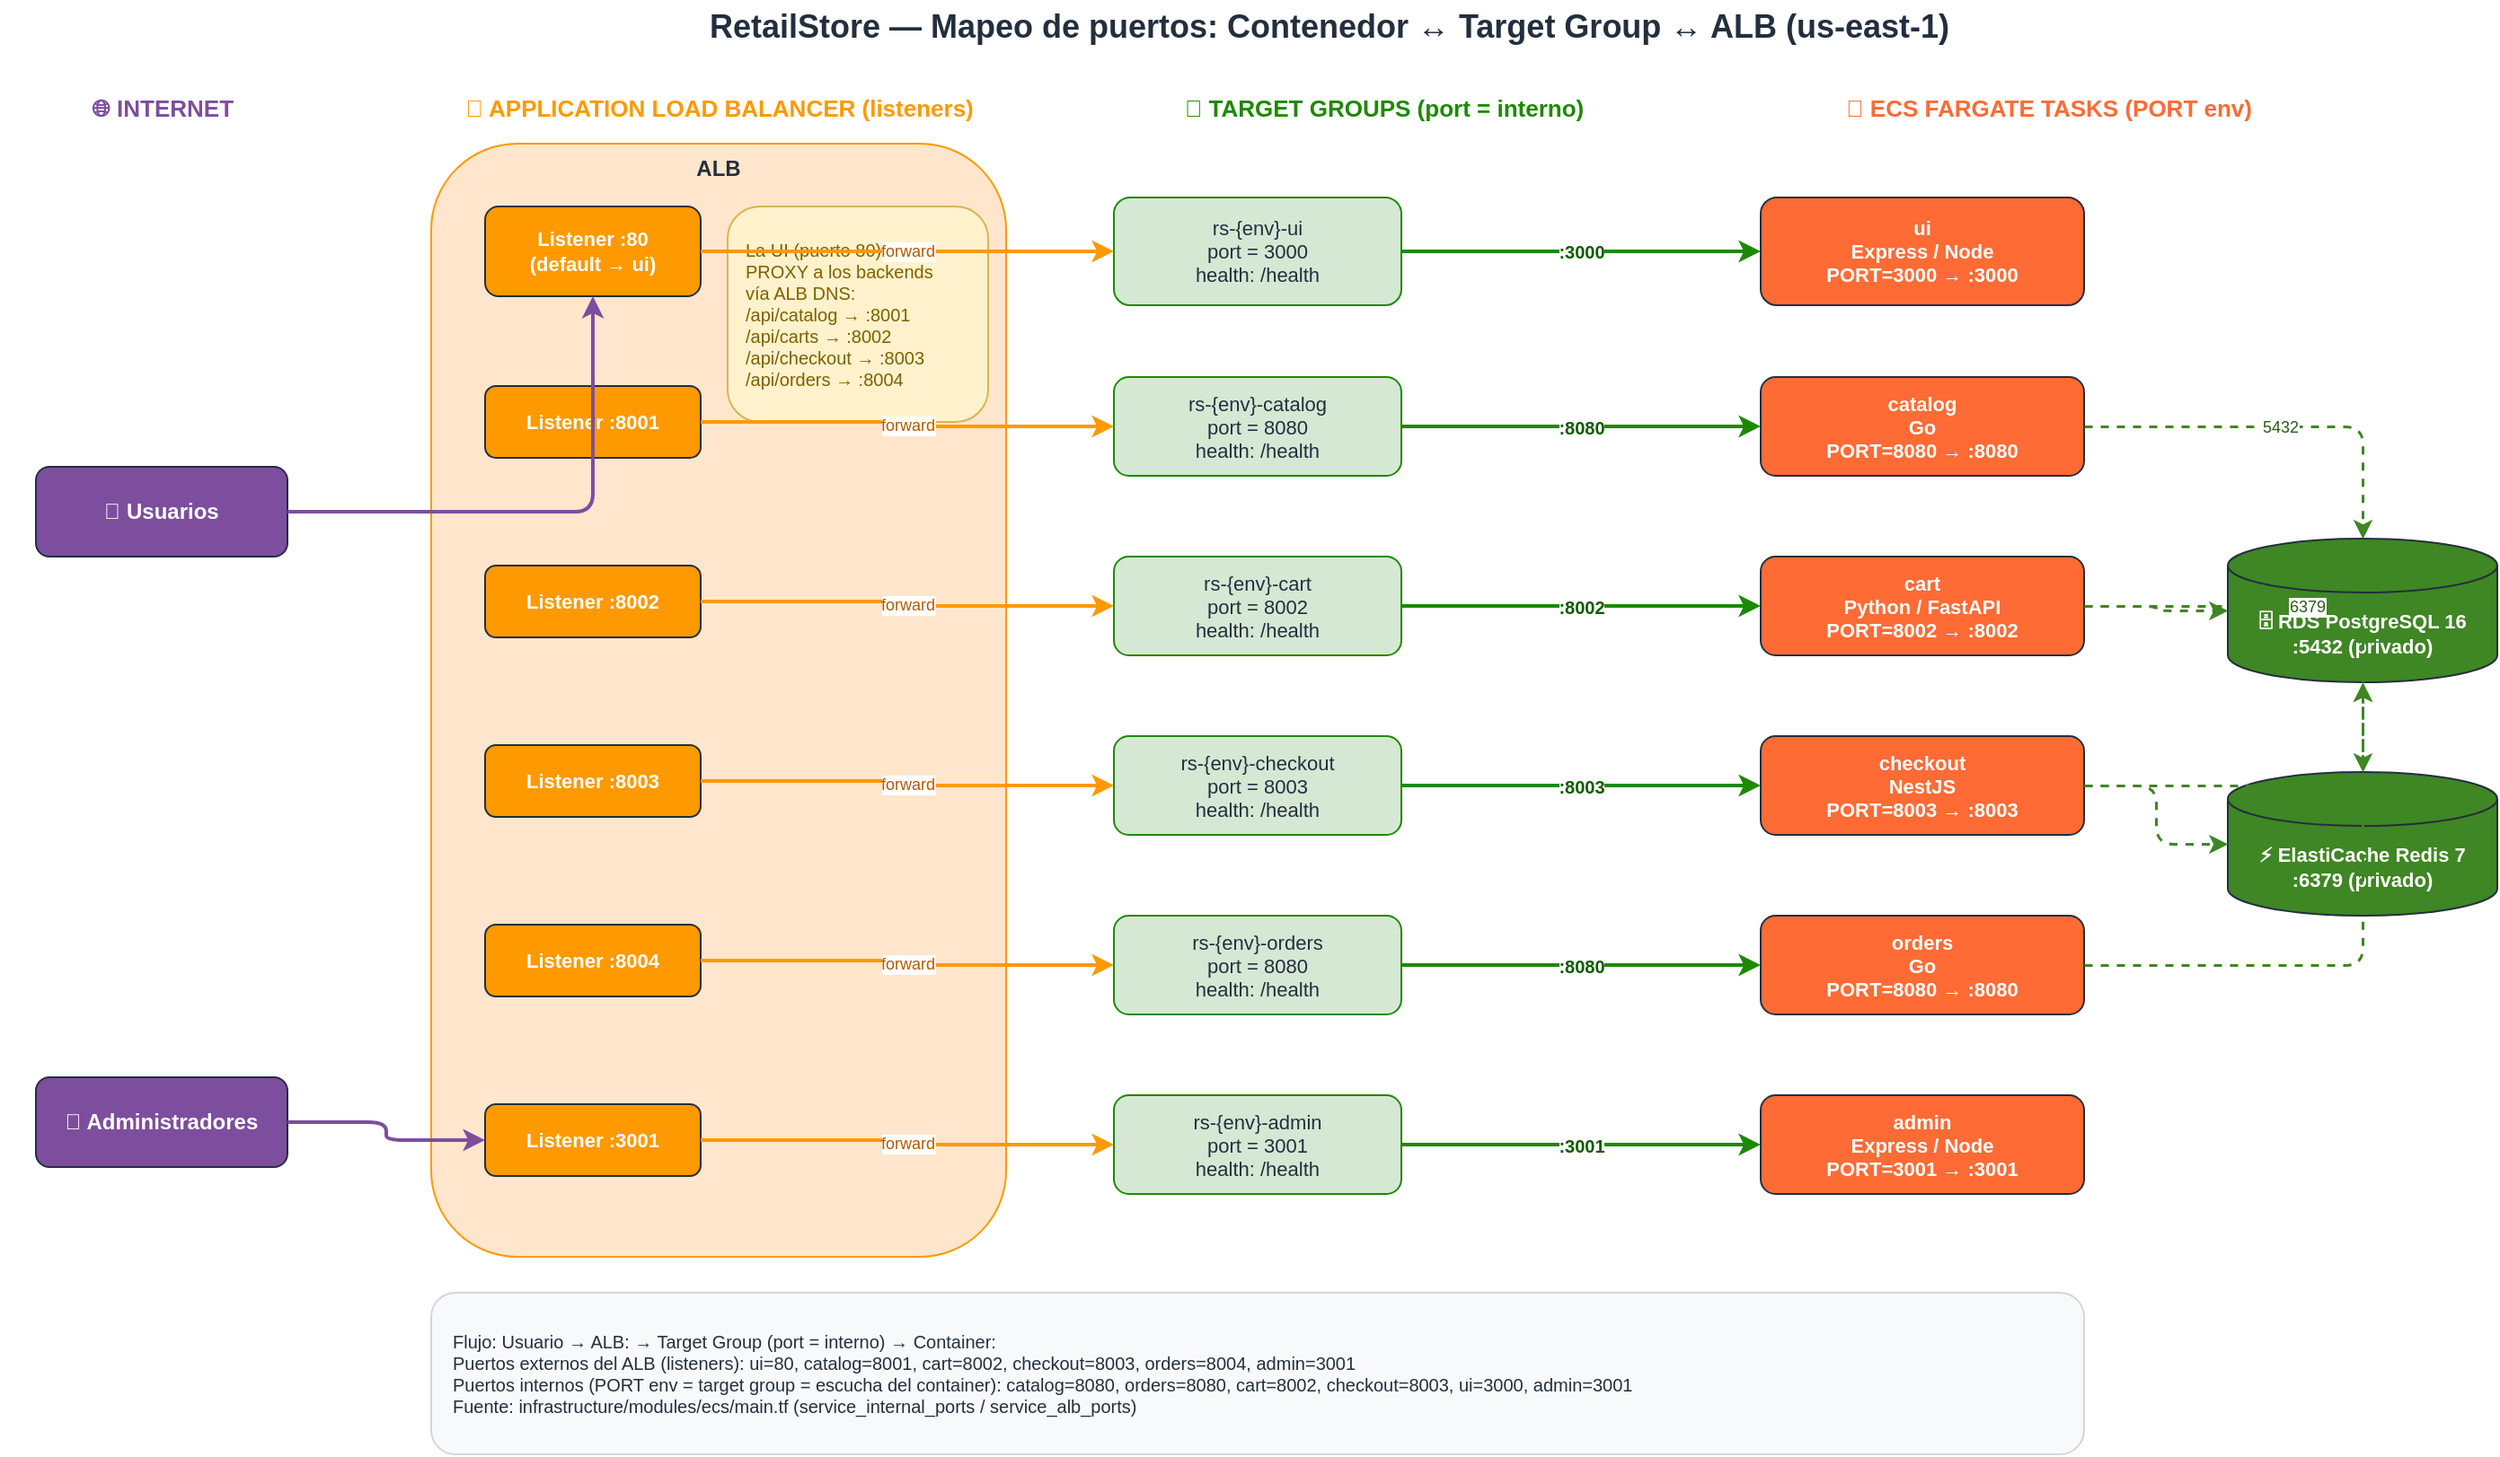
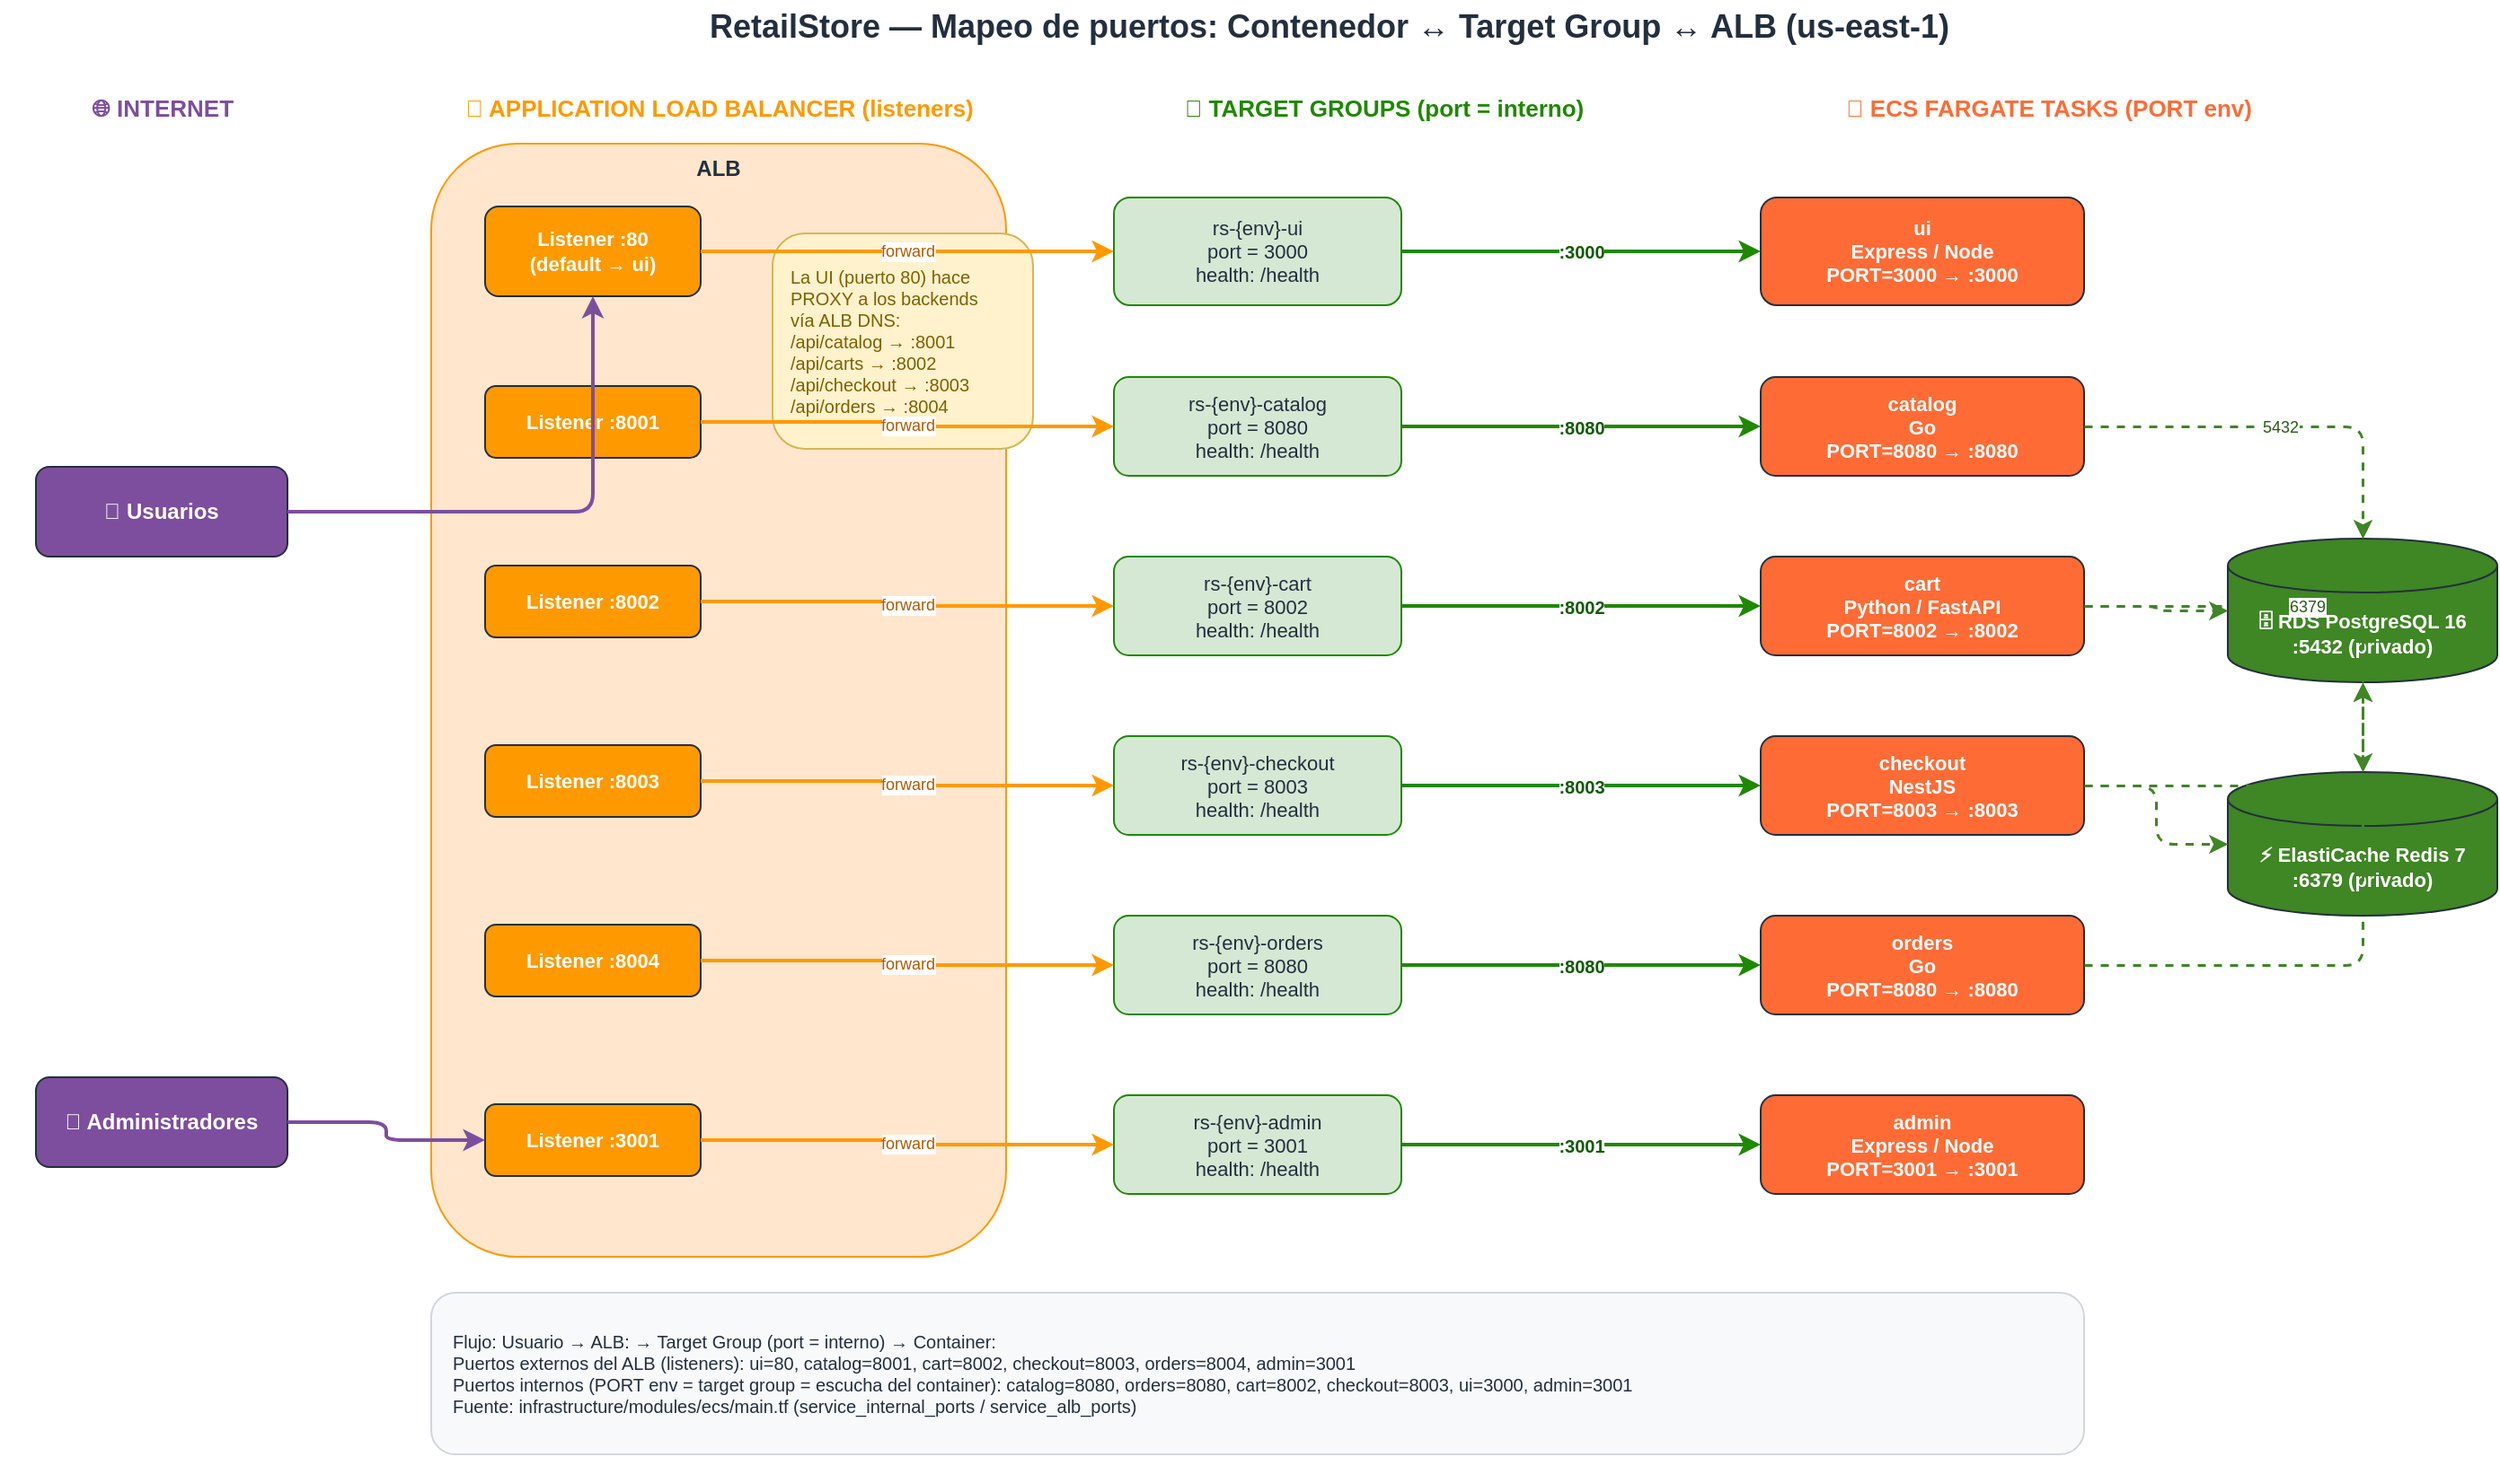
- <mxfile host="app.diagrams.net" agent="Claude" version="24.0.0">
+ <mxfile host="Electron" agent="Mozilla/5.0 (Windows NT 10.0; Win64; x64) AppleWebKit/537.36 (KHTML, like Gecko) draw.io/24.7.8 Chrome/128.0.6613.36 Electron/32.0.1 Safari/537.36" version="24.7.8">
  <diagram name="ALB Port Mapping" id="alb-port-mapping">
-     <mxGraphModel dx="1400" dy="900" grid="1" gridSize="10" guides="1" tooltips="1" connect="1" arrows="1" fold="1" page="1" pageScale="1" pageWidth="1654" pageHeight="1169" math="0" shadow="0">
+     <mxGraphModel dx="1104" dy="508" grid="1" gridSize="10" guides="1" tooltips="1" connect="1" arrows="1" fold="1" page="1" pageScale="1" pageWidth="1654" pageHeight="1169" math="0" shadow="0">
      <root>
        <mxCell id="0" />
        <mxCell id="1" parent="0" />
- 
-         <!-- ════════════ TÍTULO ════════════ -->
-         <mxCell id="title" value="RetailStore — Mapeo de puertos: Contenedor ↔ Target Group ↔ ALB (us-east-1)" style="text;html=1;strokeColor=none;fillColor=none;align=center;verticalAlign=middle;whiteSpace=wrap;rounded=0;fontSize=18;fontStyle=1;fontColor=#232F3E;" vertex="1" parent="1">
+         <mxCell id="title" value="RetailStore — Mapeo de puertos: Contenedor ↔ Target Group ↔ ALB (us-east-1)" style="text;html=1;strokeColor=none;fillColor=none;align=center;verticalAlign=middle;whiteSpace=wrap;rounded=0;fontSize=18;fontStyle=1;fontColor=#232F3E;" parent="1" vertex="1">
          <mxGeometry x="180" y="20" width="1200" height="30" as="geometry" />
        </mxCell>
- 
-         <!-- ════════════ HEADERS DE COLUMNAS ════════════ -->
-         <mxCell id="h-internet" value="🌐 INTERNET" style="text;html=1;strokeColor=none;fillColor=none;align=center;verticalAlign=middle;fontSize=13;fontStyle=1;fontColor=#7D4E9E;" vertex="1" parent="1">
+         <mxCell id="h-internet" value="🌐 INTERNET" style="text;html=1;strokeColor=none;fillColor=none;align=center;verticalAlign=middle;fontSize=13;fontStyle=1;fontColor=#7D4E9E;" parent="1" vertex="1">
          <mxGeometry x="40" y="70" width="180" height="20" as="geometry" />
        </mxCell>
-         <mxCell id="h-alb" value="🔀 APPLICATION LOAD BALANCER (listeners)" style="text;html=1;strokeColor=none;fillColor=none;align=center;verticalAlign=middle;fontSize=13;fontStyle=1;fontColor=#FF9900;" vertex="1" parent="1">
+         <mxCell id="h-alb" value="🔀 APPLICATION LOAD BALANCER (listeners)" style="text;html=1;strokeColor=none;fillColor=none;align=center;verticalAlign=middle;fontSize=13;fontStyle=1;fontColor=#FF9900;" parent="1" vertex="1">
          <mxGeometry x="280" y="70" width="320" height="20" as="geometry" />
        </mxCell>
-         <mxCell id="h-tg" value="🎯 TARGET GROUPS (port = interno)" style="text;html=1;strokeColor=none;fillColor=none;align=center;verticalAlign=middle;fontSize=13;fontStyle=1;fontColor=#1E8900;" vertex="1" parent="1">
+         <mxCell id="h-tg" value="🎯 TARGET GROUPS (port = interno)" style="text;html=1;strokeColor=none;fillColor=none;align=center;verticalAlign=middle;fontSize=13;fontStyle=1;fontColor=#1E8900;" parent="1" vertex="1">
          <mxGeometry x="660" y="70" width="300" height="20" as="geometry" />
        </mxCell>
-         <mxCell id="h-ecs" value="🐳 ECS FARGATE TASKS (PORT env)" style="text;html=1;strokeColor=none;fillColor=none;align=center;verticalAlign=middle;fontSize=13;fontStyle=1;fontColor=#FF6B35;" vertex="1" parent="1">
+         <mxCell id="h-ecs" value="🐳 ECS FARGATE TASKS (PORT env)" style="text;html=1;strokeColor=none;fillColor=none;align=center;verticalAlign=middle;fontSize=13;fontStyle=1;fontColor=#FF6B35;" parent="1" vertex="1">
          <mxGeometry x="1020" y="70" width="320" height="20" as="geometry" />
        </mxCell>
- 
-         <!-- ════════════ INTERNET ════════════ -->
-         <mxCell id="users" value="👥 Usuarios" style="rounded=1;whiteSpace=wrap;html=1;fillColor=#7D4E9E;strokeColor=#232F3E;fontColor=#FFFFFF;fontStyle=1;fontSize=12;" vertex="1" parent="1">
+         <mxCell id="users" value="👥 Usuarios" style="rounded=1;whiteSpace=wrap;html=1;fillColor=#7D4E9E;strokeColor=#232F3E;fontColor=#FFFFFF;fontStyle=1;fontSize=12;" parent="1" vertex="1">
          <mxGeometry x="60" y="280" width="140" height="50" as="geometry" />
        </mxCell>
-         <mxCell id="admins" value="🔧 Administradores" style="rounded=1;whiteSpace=wrap;html=1;fillColor=#7D4E9E;strokeColor=#232F3E;fontColor=#FFFFFF;fontStyle=1;fontSize=12;" vertex="1" parent="1">
+         <mxCell id="admins" value="🔧 Administradores" style="rounded=1;whiteSpace=wrap;html=1;fillColor=#7D4E9E;strokeColor=#232F3E;fontColor=#FFFFFF;fontStyle=1;fontSize=12;" parent="1" vertex="1">
          <mxGeometry x="60" y="620" width="140" height="50" as="geometry" />
        </mxCell>
- 
-         <!-- ════════════ ALB CONTENEDOR ════════════ -->
-         <mxCell id="alb-box" value="ALB" style="rounded=1;whiteSpace=wrap;html=1;fillColor=#FFE6CC;strokeColor=#FF9900;fontColor=#232F3E;fontStyle=1;verticalAlign=top;fontSize=12;" vertex="1" parent="1">
+         <mxCell id="alb-box" value="ALB" style="rounded=1;whiteSpace=wrap;html=1;fillColor=#FFE6CC;strokeColor=#FF9900;fontColor=#232F3E;fontStyle=1;verticalAlign=top;fontSize=12;" parent="1" vertex="1">
          <mxGeometry x="280" y="100" width="320" height="620" as="geometry" />
        </mxCell>
- 
-         <!-- Listeners -->
-         <mxCell id="lst-80" value="Listener :80&#10;(default → ui)" style="rounded=1;whiteSpace=wrap;html=1;fillColor=#FF9900;strokeColor=#232F3E;fontColor=#FFFFFF;fontStyle=1;fontSize=11;" vertex="1" parent="1">
+         <mxCell id="lst-80" value="Listener :80&#xa;(default → ui)" style="rounded=1;whiteSpace=wrap;html=1;fillColor=#FF9900;strokeColor=#232F3E;fontColor=#FFFFFF;fontStyle=1;fontSize=11;" parent="1" vertex="1">
          <mxGeometry x="310" y="135" width="120" height="50" as="geometry" />
        </mxCell>
-         <mxCell id="lst-8001" value="Listener :8001" style="rounded=1;whiteSpace=wrap;html=1;fillColor=#FF9900;strokeColor=#232F3E;fontColor=#FFFFFF;fontStyle=1;fontSize=11;" vertex="1" parent="1">
+         <mxCell id="lst-8001" value="Listener :8001" style="rounded=1;whiteSpace=wrap;html=1;fillColor=#FF9900;strokeColor=#232F3E;fontColor=#FFFFFF;fontStyle=1;fontSize=11;" parent="1" vertex="1">
          <mxGeometry x="310" y="235" width="120" height="40" as="geometry" />
        </mxCell>
-         <mxCell id="lst-8002" value="Listener :8002" style="rounded=1;whiteSpace=wrap;html=1;fillColor=#FF9900;strokeColor=#232F3E;fontColor=#FFFFFF;fontStyle=1;fontSize=11;" vertex="1" parent="1">
+         <mxCell id="lst-8002" value="Listener :8002" style="rounded=1;whiteSpace=wrap;html=1;fillColor=#FF9900;strokeColor=#232F3E;fontColor=#FFFFFF;fontStyle=1;fontSize=11;" parent="1" vertex="1">
          <mxGeometry x="310" y="335" width="120" height="40" as="geometry" />
        </mxCell>
-         <mxCell id="lst-8003" value="Listener :8003" style="rounded=1;whiteSpace=wrap;html=1;fillColor=#FF9900;strokeColor=#232F3E;fontColor=#FFFFFF;fontStyle=1;fontSize=11;" vertex="1" parent="1">
+         <mxCell id="lst-8003" value="Listener :8003" style="rounded=1;whiteSpace=wrap;html=1;fillColor=#FF9900;strokeColor=#232F3E;fontColor=#FFFFFF;fontStyle=1;fontSize=11;" parent="1" vertex="1">
          <mxGeometry x="310" y="435" width="120" height="40" as="geometry" />
        </mxCell>
-         <mxCell id="lst-8004" value="Listener :8004" style="rounded=1;whiteSpace=wrap;html=1;fillColor=#FF9900;strokeColor=#232F3E;fontColor=#FFFFFF;fontStyle=1;fontSize=11;" vertex="1" parent="1">
+         <mxCell id="lst-8004" value="Listener :8004" style="rounded=1;whiteSpace=wrap;html=1;fillColor=#FF9900;strokeColor=#232F3E;fontColor=#FFFFFF;fontStyle=1;fontSize=11;" parent="1" vertex="1">
          <mxGeometry x="310" y="535" width="120" height="40" as="geometry" />
        </mxCell>
-         <mxCell id="lst-3001" value="Listener :3001" style="rounded=1;whiteSpace=wrap;html=1;fillColor=#FF9900;strokeColor=#232F3E;fontColor=#FFFFFF;fontStyle=1;fontSize=11;" vertex="1" parent="1">
+         <mxCell id="lst-3001" value="Listener :3001" style="rounded=1;whiteSpace=wrap;html=1;fillColor=#FF9900;strokeColor=#232F3E;fontColor=#FFFFFF;fontStyle=1;fontSize=11;" parent="1" vertex="1">
          <mxGeometry x="310" y="635" width="120" height="40" as="geometry" />
        </mxCell>
- 
-         <!-- Nota proxy UI dentro del ALB -->
-         <mxCell id="ui-proxy-note" value="La UI (puerto 80) hace PROXY a los backends&#10;vía ALB DNS:&#10;/api/catalog → :8001&#10;/api/carts → :8002&#10;/api/checkout → :8003&#10;/api/orders → :8004" style="rounded=1;whiteSpace=wrap;html=1;fillColor=#FFF2CC;strokeColor=#D6B656;fontColor=#7F6000;fontSize=10;align=left;spacingLeft=8;" vertex="1" parent="1">
-           <mxGeometry x="445" y="135" width="145" height="120" as="geometry" />
+         <mxCell id="ui-proxy-note" value="La UI (puerto 80) hace PROXY a los backends&#xa;vía ALB DNS:&#xa;/api/catalog → :8001&#xa;/api/carts → :8002&#xa;/api/checkout → :8003&#xa;/api/orders → :8004" style="rounded=1;whiteSpace=wrap;html=1;fillColor=#FFF2CC;strokeColor=#D6B656;fontColor=#7F6000;fontSize=10;align=left;spacingLeft=8;" parent="1" vertex="1">
+           <mxGeometry x="470" y="150" width="145" height="120" as="geometry" />
        </mxCell>
- 
-         <!-- ════════════ TARGET GROUPS ════════════ -->
-         <mxCell id="tg-ui" value="rs-{env}-ui&#10;port = 3000&#10;health: /health" style="rounded=1;whiteSpace=wrap;html=1;fillColor=#D5E8D4;strokeColor=#1E8900;fontColor=#232F3E;fontSize=11;" vertex="1" parent="1">
+         <mxCell id="tg-ui" value="rs-{env}-ui&#xa;port = 3000&#xa;health: /health" style="rounded=1;whiteSpace=wrap;html=1;fillColor=#D5E8D4;strokeColor=#1E8900;fontColor=#232F3E;fontSize=11;" parent="1" vertex="1">
          <mxGeometry x="660" y="130" width="160" height="60" as="geometry" />
        </mxCell>
-         <mxCell id="tg-catalog" value="rs-{env}-catalog&#10;port = 8080&#10;health: /health" style="rounded=1;whiteSpace=wrap;html=1;fillColor=#D5E8D4;strokeColor=#1E8900;fontColor=#232F3E;fontSize=11;" vertex="1" parent="1">
+         <mxCell id="tg-catalog" value="rs-{env}-catalog&#xa;port = 8080&#xa;health: /health" style="rounded=1;whiteSpace=wrap;html=1;fillColor=#D5E8D4;strokeColor=#1E8900;fontColor=#232F3E;fontSize=11;" parent="1" vertex="1">
          <mxGeometry x="660" y="230" width="160" height="55" as="geometry" />
        </mxCell>
-         <mxCell id="tg-cart" value="rs-{env}-cart&#10;port = 8002&#10;health: /health" style="rounded=1;whiteSpace=wrap;html=1;fillColor=#D5E8D4;strokeColor=#1E8900;fontColor=#232F3E;fontSize=11;" vertex="1" parent="1">
+         <mxCell id="tg-cart" value="rs-{env}-cart&#xa;port = 8002&#xa;health: /health" style="rounded=1;whiteSpace=wrap;html=1;fillColor=#D5E8D4;strokeColor=#1E8900;fontColor=#232F3E;fontSize=11;" parent="1" vertex="1">
          <mxGeometry x="660" y="330" width="160" height="55" as="geometry" />
        </mxCell>
-         <mxCell id="tg-checkout" value="rs-{env}-checkout&#10;port = 8003&#10;health: /health" style="rounded=1;whiteSpace=wrap;html=1;fillColor=#D5E8D4;strokeColor=#1E8900;fontColor=#232F3E;fontSize=11;" vertex="1" parent="1">
+         <mxCell id="tg-checkout" value="rs-{env}-checkout&#xa;port = 8003&#xa;health: /health" style="rounded=1;whiteSpace=wrap;html=1;fillColor=#D5E8D4;strokeColor=#1E8900;fontColor=#232F3E;fontSize=11;" parent="1" vertex="1">
          <mxGeometry x="660" y="430" width="160" height="55" as="geometry" />
        </mxCell>
-         <mxCell id="tg-orders" value="rs-{env}-orders&#10;port = 8080&#10;health: /health" style="rounded=1;whiteSpace=wrap;html=1;fillColor=#D5E8D4;strokeColor=#1E8900;fontColor=#232F3E;fontSize=11;" vertex="1" parent="1">
+         <mxCell id="tg-orders" value="rs-{env}-orders&#xa;port = 8080&#xa;health: /health" style="rounded=1;whiteSpace=wrap;html=1;fillColor=#D5E8D4;strokeColor=#1E8900;fontColor=#232F3E;fontSize=11;" parent="1" vertex="1">
          <mxGeometry x="660" y="530" width="160" height="55" as="geometry" />
        </mxCell>
-         <mxCell id="tg-admin" value="rs-{env}-admin&#10;port = 3001&#10;health: /health" style="rounded=1;whiteSpace=wrap;html=1;fillColor=#D5E8D4;strokeColor=#1E8900;fontColor=#232F3E;fontSize=11;" vertex="1" parent="1">
+         <mxCell id="tg-admin" value="rs-{env}-admin&#xa;port = 3001&#xa;health: /health" style="rounded=1;whiteSpace=wrap;html=1;fillColor=#D5E8D4;strokeColor=#1E8900;fontColor=#232F3E;fontSize=11;" parent="1" vertex="1">
          <mxGeometry x="660" y="630" width="160" height="55" as="geometry" />
        </mxCell>
- 
-         <!-- ════════════ ECS FARGATE TASKS ════════════ -->
-         <mxCell id="ecs-ui" value="ui&#10;Express / Node&#10;PORT=3000 → :3000" style="rounded=1;whiteSpace=wrap;html=1;fillColor=#FF6B35;strokeColor=#232F3E;fontColor=#FFFFFF;fontStyle=1;fontSize=11;" vertex="1" parent="1">
+         <mxCell id="ecs-ui" value="ui&#xa;Express / Node&#xa;PORT=3000 → :3000" style="rounded=1;whiteSpace=wrap;html=1;fillColor=#FF6B35;strokeColor=#232F3E;fontColor=#FFFFFF;fontStyle=1;fontSize=11;" parent="1" vertex="1">
          <mxGeometry x="1020" y="130" width="180" height="60" as="geometry" />
        </mxCell>
-         <mxCell id="ecs-catalog" value="catalog&#10;Go&#10;PORT=8080 → :8080" style="rounded=1;whiteSpace=wrap;html=1;fillColor=#FF6B35;strokeColor=#232F3E;fontColor=#FFFFFF;fontStyle=1;fontSize=11;" vertex="1" parent="1">
+         <mxCell id="ecs-catalog" value="catalog&#xa;Go&#xa;PORT=8080 → :8080" style="rounded=1;whiteSpace=wrap;html=1;fillColor=#FF6B35;strokeColor=#232F3E;fontColor=#FFFFFF;fontStyle=1;fontSize=11;" parent="1" vertex="1">
          <mxGeometry x="1020" y="230" width="180" height="55" as="geometry" />
        </mxCell>
-         <mxCell id="ecs-cart" value="cart&#10;Python / FastAPI&#10;PORT=8002 → :8002" style="rounded=1;whiteSpace=wrap;html=1;fillColor=#FF6B35;strokeColor=#232F3E;fontColor=#FFFFFF;fontStyle=1;fontSize=11;" vertex="1" parent="1">
+         <mxCell id="ecs-cart" value="cart&#xa;Python / FastAPI&#xa;PORT=8002 → :8002" style="rounded=1;whiteSpace=wrap;html=1;fillColor=#FF6B35;strokeColor=#232F3E;fontColor=#FFFFFF;fontStyle=1;fontSize=11;" parent="1" vertex="1">
          <mxGeometry x="1020" y="330" width="180" height="55" as="geometry" />
        </mxCell>
-         <mxCell id="ecs-checkout" value="checkout&#10;NestJS&#10;PORT=8003 → :8003" style="rounded=1;whiteSpace=wrap;html=1;fillColor=#FF6B35;strokeColor=#232F3E;fontColor=#FFFFFF;fontStyle=1;fontSize=11;" vertex="1" parent="1">
+         <mxCell id="ecs-checkout" value="checkout&#xa;NestJS&#xa;PORT=8003 → :8003" style="rounded=1;whiteSpace=wrap;html=1;fillColor=#FF6B35;strokeColor=#232F3E;fontColor=#FFFFFF;fontStyle=1;fontSize=11;" parent="1" vertex="1">
          <mxGeometry x="1020" y="430" width="180" height="55" as="geometry" />
        </mxCell>
-         <mxCell id="ecs-orders" value="orders&#10;Go&#10;PORT=8080 → :8080" style="rounded=1;whiteSpace=wrap;html=1;fillColor=#FF6B35;strokeColor=#232F3E;fontColor=#FFFFFF;fontStyle=1;fontSize=11;" vertex="1" parent="1">
+         <mxCell id="ecs-orders" value="orders&#xa;Go&#xa;PORT=8080 → :8080" style="rounded=1;whiteSpace=wrap;html=1;fillColor=#FF6B35;strokeColor=#232F3E;fontColor=#FFFFFF;fontStyle=1;fontSize=11;" parent="1" vertex="1">
          <mxGeometry x="1020" y="530" width="180" height="55" as="geometry" />
        </mxCell>
-         <mxCell id="ecs-admin" value="admin&#10;Express / Node&#10;PORT=3001 → :3001" style="rounded=1;whiteSpace=wrap;html=1;fillColor=#FF6B35;strokeColor=#232F3E;fontColor=#FFFFFF;fontStyle=1;fontSize=11;" vertex="1" parent="1">
+         <mxCell id="ecs-admin" value="admin&#xa;Express / Node&#xa;PORT=3001 → :3001" style="rounded=1;whiteSpace=wrap;html=1;fillColor=#FF6B35;strokeColor=#232F3E;fontColor=#FFFFFF;fontStyle=1;fontSize=11;" parent="1" vertex="1">
          <mxGeometry x="1020" y="630" width="180" height="55" as="geometry" />
        </mxCell>
- 
-         <!-- ════════════ CAPA DE DATOS ════════════ -->
-         <mxCell id="rds" value="🗄️ RDS PostgreSQL 16&#10;:5432 (privado)" style="shape=cylinder3;whiteSpace=wrap;html=1;boundedLbl=1;backgroundOutline=1;fillColor=#3F8624;strokeColor=#232F3E;fontColor=#FFFFFF;fontStyle=1;fontSize=11;" vertex="1" parent="1">
+         <mxCell id="rds" value="🗄️ RDS PostgreSQL 16&#xa;:5432 (privado)" style="shape=cylinder3;whiteSpace=wrap;html=1;boundedLbl=1;backgroundOutline=1;fillColor=#3F8624;strokeColor=#232F3E;fontColor=#FFFFFF;fontStyle=1;fontSize=11;" parent="1" vertex="1">
          <mxGeometry x="1280" y="320" width="150" height="80" as="geometry" />
        </mxCell>
-         <mxCell id="redis" value="⚡ ElastiCache Redis 7&#10;:6379 (privado)" style="shape=cylinder3;whiteSpace=wrap;html=1;boundedLbl=1;backgroundOutline=1;fillColor=#3F8624;strokeColor=#232F3E;fontColor=#FFFFFF;fontStyle=1;fontSize=11;" vertex="1" parent="1">
+         <mxCell id="redis" value="⚡ ElastiCache Redis 7&#xa;:6379 (privado)" style="shape=cylinder3;whiteSpace=wrap;html=1;boundedLbl=1;backgroundOutline=1;fillColor=#3F8624;strokeColor=#232F3E;fontColor=#FFFFFF;fontStyle=1;fontSize=11;" parent="1" vertex="1">
          <mxGeometry x="1280" y="450" width="150" height="80" as="geometry" />
        </mxCell>
- 
-         <!-- ════════════ FLECHAS: Internet → ALB ════════════ -->
-         <mxCell id="e-users-80" style="edgeStyle=orthogonalEdgeStyle;rounded=1;html=1;strokeColor=#7D4E9E;strokeWidth=2;fontSize=10;fontColor=#7D4E9E;" edge="1" parent="1" source="users" target="lst-80">
+         <mxCell id="e-users-80" style="edgeStyle=orthogonalEdgeStyle;rounded=1;html=1;strokeColor=#7D4E9E;strokeWidth=2;fontSize=10;fontColor=#7D4E9E;" parent="1" source="users" target="lst-80" edge="1">
          <mxGeometry relative="1" as="geometry" />
        </mxCell>
-         <mxCell id="e-admins-3001" style="edgeStyle=orthogonalEdgeStyle;rounded=1;html=1;strokeColor=#7D4E9E;strokeWidth=2;fontSize=10;fontColor=#7D4E9E;" edge="1" parent="1" source="admins" target="lst-3001">
+         <mxCell id="e-admins-3001" style="edgeStyle=orthogonalEdgeStyle;rounded=1;html=1;strokeColor=#7D4E9E;strokeWidth=2;fontSize=10;fontColor=#7D4E9E;" parent="1" source="admins" target="lst-3001" edge="1">
          <mxGeometry relative="1" as="geometry" />
        </mxCell>
- 
-         <!-- ════════════ FLECHAS: Listener → Target Group ════════════ -->
-         <mxCell id="e-l80-tgui" value="forward" style="edgeStyle=orthogonalEdgeStyle;rounded=1;html=1;strokeColor=#FF9900;strokeWidth=2;fontSize=9;fontColor=#B25900;" edge="1" parent="1" source="lst-80" target="tg-ui">
+         <mxCell id="e-l80-tgui" value="forward" style="edgeStyle=orthogonalEdgeStyle;rounded=1;html=1;strokeColor=#FF9900;strokeWidth=2;fontSize=9;fontColor=#B25900;" parent="1" source="lst-80" target="tg-ui" edge="1">
          <mxGeometry relative="1" as="geometry" />
        </mxCell>
-         <mxCell id="e-l8001-tgcat" value="forward" style="edgeStyle=orthogonalEdgeStyle;rounded=1;html=1;strokeColor=#FF9900;strokeWidth=2;fontSize=9;fontColor=#B25900;" edge="1" parent="1" source="lst-8001" target="tg-catalog">
+         <mxCell id="e-l8001-tgcat" value="forward" style="edgeStyle=orthogonalEdgeStyle;rounded=1;html=1;strokeColor=#FF9900;strokeWidth=2;fontSize=9;fontColor=#B25900;" parent="1" source="lst-8001" target="tg-catalog" edge="1">
          <mxGeometry relative="1" as="geometry" />
        </mxCell>
-         <mxCell id="e-l8002-tgcart" value="forward" style="edgeStyle=orthogonalEdgeStyle;rounded=1;html=1;strokeColor=#FF9900;strokeWidth=2;fontSize=9;fontColor=#B25900;" edge="1" parent="1" source="lst-8002" target="tg-cart">
+         <mxCell id="e-l8002-tgcart" value="forward" style="edgeStyle=orthogonalEdgeStyle;rounded=1;html=1;strokeColor=#FF9900;strokeWidth=2;fontSize=9;fontColor=#B25900;" parent="1" source="lst-8002" target="tg-cart" edge="1">
          <mxGeometry relative="1" as="geometry" />
        </mxCell>
-         <mxCell id="e-l8003-tgchk" value="forward" style="edgeStyle=orthogonalEdgeStyle;rounded=1;html=1;strokeColor=#FF9900;strokeWidth=2;fontSize=9;fontColor=#B25900;" edge="1" parent="1" source="lst-8003" target="tg-checkout">
+         <mxCell id="e-l8003-tgchk" value="forward" style="edgeStyle=orthogonalEdgeStyle;rounded=1;html=1;strokeColor=#FF9900;strokeWidth=2;fontSize=9;fontColor=#B25900;" parent="1" source="lst-8003" target="tg-checkout" edge="1">
          <mxGeometry relative="1" as="geometry" />
        </mxCell>
-         <mxCell id="e-l8004-tgord" value="forward" style="edgeStyle=orthogonalEdgeStyle;rounded=1;html=1;strokeColor=#FF9900;strokeWidth=2;fontSize=9;fontColor=#B25900;" edge="1" parent="1" source="lst-8004" target="tg-orders">
+         <mxCell id="e-l8004-tgord" value="forward" style="edgeStyle=orthogonalEdgeStyle;rounded=1;html=1;strokeColor=#FF9900;strokeWidth=2;fontSize=9;fontColor=#B25900;" parent="1" source="lst-8004" target="tg-orders" edge="1">
          <mxGeometry relative="1" as="geometry" />
        </mxCell>
-         <mxCell id="e-l3001-tgadm" value="forward" style="edgeStyle=orthogonalEdgeStyle;rounded=1;html=1;strokeColor=#FF9900;strokeWidth=2;fontSize=9;fontColor=#B25900;" edge="1" parent="1" source="lst-3001" target="tg-admin">
+         <mxCell id="e-l3001-tgadm" value="forward" style="edgeStyle=orthogonalEdgeStyle;rounded=1;html=1;strokeColor=#FF9900;strokeWidth=2;fontSize=9;fontColor=#B25900;" parent="1" source="lst-3001" target="tg-admin" edge="1">
          <mxGeometry relative="1" as="geometry" />
        </mxCell>
- 
-         <!-- ════════════ FLECHAS: Target Group → Container (puerto interno) ════════════ -->
-         <mxCell id="e-tgui-ecs" value=":3000" style="edgeStyle=orthogonalEdgeStyle;rounded=1;html=1;strokeColor=#1E8900;strokeWidth=2;fontSize=10;fontStyle=1;fontColor=#0F5C00;" edge="1" parent="1" source="tg-ui" target="ecs-ui">
+         <mxCell id="e-tgui-ecs" value=":3000" style="edgeStyle=orthogonalEdgeStyle;rounded=1;html=1;strokeColor=#1E8900;strokeWidth=2;fontSize=10;fontStyle=1;fontColor=#0F5C00;" parent="1" source="tg-ui" target="ecs-ui" edge="1">
          <mxGeometry relative="1" as="geometry" />
        </mxCell>
-         <mxCell id="e-tgcat-ecs" value=":8080" style="edgeStyle=orthogonalEdgeStyle;rounded=1;html=1;strokeColor=#1E8900;strokeWidth=2;fontSize=10;fontStyle=1;fontColor=#0F5C00;" edge="1" parent="1" source="tg-catalog" target="ecs-catalog">
+         <mxCell id="e-tgcat-ecs" value=":8080" style="edgeStyle=orthogonalEdgeStyle;rounded=1;html=1;strokeColor=#1E8900;strokeWidth=2;fontSize=10;fontStyle=1;fontColor=#0F5C00;" parent="1" source="tg-catalog" target="ecs-catalog" edge="1">
          <mxGeometry relative="1" as="geometry" />
        </mxCell>
-         <mxCell id="e-tgcart-ecs" value=":8002" style="edgeStyle=orthogonalEdgeStyle;rounded=1;html=1;strokeColor=#1E8900;strokeWidth=2;fontSize=10;fontStyle=1;fontColor=#0F5C00;" edge="1" parent="1" source="tg-cart" target="ecs-cart">
+         <mxCell id="e-tgcart-ecs" value=":8002" style="edgeStyle=orthogonalEdgeStyle;rounded=1;html=1;strokeColor=#1E8900;strokeWidth=2;fontSize=10;fontStyle=1;fontColor=#0F5C00;" parent="1" source="tg-cart" target="ecs-cart" edge="1">
          <mxGeometry relative="1" as="geometry" />
        </mxCell>
-         <mxCell id="e-tgchk-ecs" value=":8003" style="edgeStyle=orthogonalEdgeStyle;rounded=1;html=1;strokeColor=#1E8900;strokeWidth=2;fontSize=10;fontStyle=1;fontColor=#0F5C00;" edge="1" parent="1" source="tg-checkout" target="ecs-checkout">
+         <mxCell id="e-tgchk-ecs" value=":8003" style="edgeStyle=orthogonalEdgeStyle;rounded=1;html=1;strokeColor=#1E8900;strokeWidth=2;fontSize=10;fontStyle=1;fontColor=#0F5C00;" parent="1" source="tg-checkout" target="ecs-checkout" edge="1">
          <mxGeometry relative="1" as="geometry" />
        </mxCell>
-         <mxCell id="e-tgord-ecs" value=":8080" style="edgeStyle=orthogonalEdgeStyle;rounded=1;html=1;strokeColor=#1E8900;strokeWidth=2;fontSize=10;fontStyle=1;fontColor=#0F5C00;" edge="1" parent="1" source="tg-orders" target="ecs-orders">
+         <mxCell id="e-tgord-ecs" value=":8080" style="edgeStyle=orthogonalEdgeStyle;rounded=1;html=1;strokeColor=#1E8900;strokeWidth=2;fontSize=10;fontStyle=1;fontColor=#0F5C00;" parent="1" source="tg-orders" target="ecs-orders" edge="1">
          <mxGeometry relative="1" as="geometry" />
        </mxCell>
-         <mxCell id="e-tgadm-ecs" value=":3001" style="edgeStyle=orthogonalEdgeStyle;rounded=1;html=1;strokeColor=#1E8900;strokeWidth=2;fontSize=10;fontStyle=1;fontColor=#0F5C00;" edge="1" parent="1" source="tg-admin" target="ecs-admin">
+         <mxCell id="e-tgadm-ecs" value=":3001" style="edgeStyle=orthogonalEdgeStyle;rounded=1;html=1;strokeColor=#1E8900;strokeWidth=2;fontSize=10;fontStyle=1;fontColor=#0F5C00;" parent="1" source="tg-admin" target="ecs-admin" edge="1">
          <mxGeometry relative="1" as="geometry" />
        </mxCell>
- 
-         <!-- ════════════ FLECHAS: Container → Datos ════════════ -->
-         <mxCell id="e-cat-rds" value="5432" style="edgeStyle=orthogonalEdgeStyle;rounded=1;html=1;strokeColor=#3F8624;strokeWidth=1.5;dashed=1;fontSize=9;fontColor=#2A5C18;" edge="1" parent="1" source="ecs-catalog" target="rds">
+         <mxCell id="e-cat-rds" value="5432" style="edgeStyle=orthogonalEdgeStyle;rounded=1;html=1;strokeColor=#3F8624;strokeWidth=1.5;dashed=1;fontSize=9;fontColor=#2A5C18;" parent="1" source="ecs-catalog" target="rds" edge="1">
          <mxGeometry relative="1" as="geometry" />
        </mxCell>
-         <mxCell id="e-cart-rds" style="edgeStyle=orthogonalEdgeStyle;rounded=1;html=1;strokeColor=#3F8624;strokeWidth=1.5;dashed=1;" edge="1" parent="1" source="ecs-cart" target="rds">
+         <mxCell id="e-cart-rds" style="edgeStyle=orthogonalEdgeStyle;rounded=1;html=1;strokeColor=#3F8624;strokeWidth=1.5;dashed=1;" parent="1" source="ecs-cart" target="rds" edge="1">
          <mxGeometry relative="1" as="geometry" />
        </mxCell>
-         <mxCell id="e-chk-rds" style="edgeStyle=orthogonalEdgeStyle;rounded=1;html=1;strokeColor=#3F8624;strokeWidth=1.5;dashed=1;" edge="1" parent="1" source="ecs-checkout" target="rds">
+         <mxCell id="e-chk-rds" style="edgeStyle=orthogonalEdgeStyle;rounded=1;html=1;strokeColor=#3F8624;strokeWidth=1.5;dashed=1;" parent="1" source="ecs-checkout" target="rds" edge="1">
          <mxGeometry relative="1" as="geometry" />
        </mxCell>
-         <mxCell id="e-ord-rds" style="edgeStyle=orthogonalEdgeStyle;rounded=1;html=1;strokeColor=#3F8624;strokeWidth=1.5;dashed=1;" edge="1" parent="1" source="ecs-orders" target="rds">
+         <mxCell id="e-ord-rds" style="edgeStyle=orthogonalEdgeStyle;rounded=1;html=1;strokeColor=#3F8624;strokeWidth=1.5;dashed=1;" parent="1" source="ecs-orders" target="rds" edge="1">
          <mxGeometry relative="1" as="geometry" />
        </mxCell>
-         <mxCell id="e-cart-redis" value="6379" style="edgeStyle=orthogonalEdgeStyle;rounded=1;html=1;strokeColor=#3F8624;strokeWidth=1.5;dashed=1;fontSize=9;fontColor=#2A5C18;" edge="1" parent="1" source="ecs-cart" target="redis">
+         <mxCell id="e-cart-redis" value="6379" style="edgeStyle=orthogonalEdgeStyle;rounded=1;html=1;strokeColor=#3F8624;strokeWidth=1.5;dashed=1;fontSize=9;fontColor=#2A5C18;" parent="1" source="ecs-cart" target="redis" edge="1">
          <mxGeometry relative="1" as="geometry" />
        </mxCell>
-         <mxCell id="e-chk-redis" style="edgeStyle=orthogonalEdgeStyle;rounded=1;html=1;strokeColor=#3F8624;strokeWidth=1.5;dashed=1;" edge="1" parent="1" source="ecs-checkout" target="redis">
+         <mxCell id="e-chk-redis" style="edgeStyle=orthogonalEdgeStyle;rounded=1;html=1;strokeColor=#3F8624;strokeWidth=1.5;dashed=1;" parent="1" source="ecs-checkout" target="redis" edge="1">
          <mxGeometry relative="1" as="geometry" />
        </mxCell>
- 
-         <!-- ════════════ LEYENDA ════════════ -->
-         <mxCell id="legend" value="Flujo: Usuario → ALB:&lt;externo&gt; → Target Group (port = interno) → Container:&lt;interno&gt;&#10;Puertos externos del ALB (listeners): ui=80, catalog=8001, cart=8002, checkout=8003, orders=8004, admin=3001&#10;Puertos internos (PORT env = target group = escucha del container): catalog=8080, orders=8080, cart=8002, checkout=8003, ui=3000, admin=3001&#10;Fuente: infrastructure/modules/ecs/main.tf (service_internal_ports / service_alb_ports)" style="rounded=1;whiteSpace=wrap;html=1;fillColor=#F8F9FA;strokeColor=#D2D6DC;fontColor=#232F3E;fontSize=10;align=left;spacingLeft=10;verticalAlign=middle;" vertex="1" parent="1">
+         <mxCell id="legend" value="Flujo: Usuario → ALB:&lt;externo&gt; → Target Group (port = interno) → Container:&lt;interno&gt;&#xa;Puertos externos del ALB (listeners): ui=80, catalog=8001, cart=8002, checkout=8003, orders=8004, admin=3001&#xa;Puertos internos (PORT env = target group = escucha del container): catalog=8080, orders=8080, cart=8002, checkout=8003, ui=3000, admin=3001&#xa;Fuente: infrastructure/modules/ecs/main.tf (service_internal_ports / service_alb_ports)" style="rounded=1;whiteSpace=wrap;html=1;fillColor=#F8F9FA;strokeColor=#D2D6DC;fontColor=#232F3E;fontSize=10;align=left;spacingLeft=10;verticalAlign=middle;" parent="1" vertex="1">
          <mxGeometry x="280" y="740" width="920" height="90" as="geometry" />
        </mxCell>
- 
      </root>
    </mxGraphModel>
  </diagram>
</mxfile>
